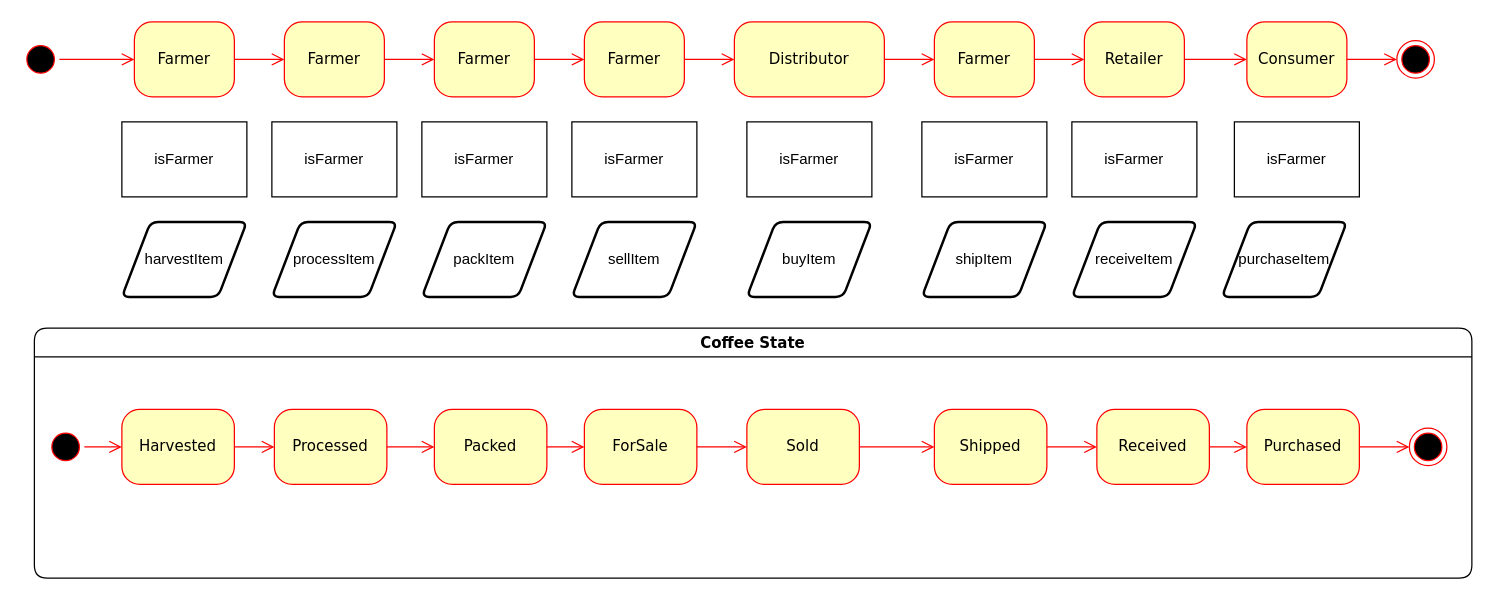
Before: Fair_Trade_Coffe_Supply_Chain/project-6/FTC_UML-state-diagram.drawio in PaWeRe/Udacity-Blockchain-Nanodegree, a draw.io diagram. Source tidied: cells renumbered, new cells numbered last; positions are measured from the earlier drawing's top-left corner, leaving out a move shared by most shapes. Both pictures are drawn from the tidied source at 125%, with x=0, y=0 at pixel (21, 21).
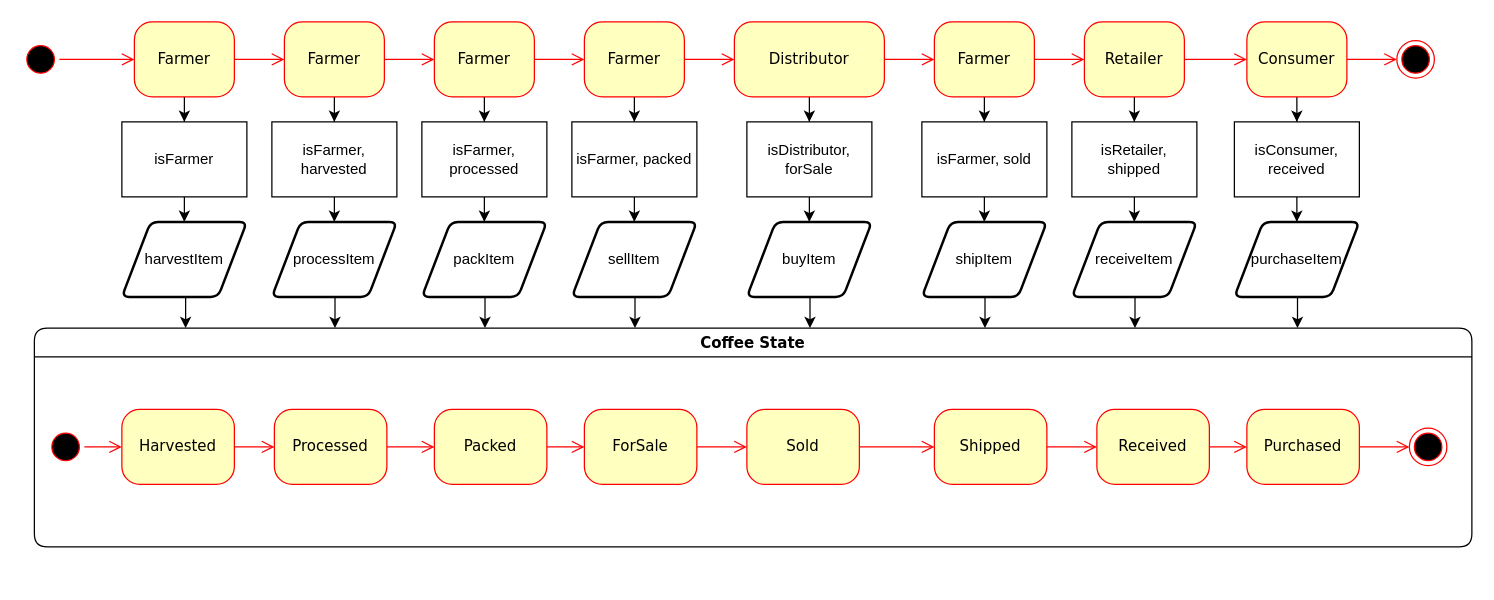
The same page after the edit.

Unchanged cells that the change refers to:
```xml
<mxCell id="3" value="Farmer" style="rounded=1;whiteSpace=wrap;html=1;arcSize=24;fillColor=#ffffc0;strokeColor=#ff0000;shadow=0;comic=0;labelBackgroundColor=none;fontFamily=Verdana;fontSize=12;fontColor=#000000;align=center;" parent="1" vertex="1">
  <mxGeometry x="90" width="80" height="60" as="geometry" />
</mxCell>
<mxCell id="25" value="Farmer" style="rounded=1;whiteSpace=wrap;html=1;arcSize=24;fillColor=#ffffc0;strokeColor=#ff0000;shadow=0;comic=0;labelBackgroundColor=none;fontFamily=Verdana;fontSize=12;fontColor=#000000;align=center;" parent="1" vertex="1">
  <mxGeometry x="210" width="80" height="60" as="geometry" />
</mxCell>
<mxCell id="26" value="Farmer" style="rounded=1;whiteSpace=wrap;html=1;arcSize=24;fillColor=#ffffc0;strokeColor=#ff0000;shadow=0;comic=0;labelBackgroundColor=none;fontFamily=Verdana;fontSize=12;fontColor=#000000;align=center;" parent="1" vertex="1">
  <mxGeometry x="450" width="80" height="60" as="geometry" />
</mxCell>
<mxCell id="27" value="Distributor" style="rounded=1;whiteSpace=wrap;html=1;arcSize=24;fillColor=#ffffc0;strokeColor=#ff0000;shadow=0;comic=0;labelBackgroundColor=none;fontFamily=Verdana;fontSize=12;fontColor=#000000;align=center;" parent="1" vertex="1">
  <mxGeometry x="570" width="120" height="60" as="geometry" />
</mxCell>
<mxCell id="28" value="Farmer" style="rounded=1;whiteSpace=wrap;html=1;arcSize=24;fillColor=#ffffc0;strokeColor=#ff0000;shadow=0;comic=0;labelBackgroundColor=none;fontFamily=Verdana;fontSize=12;fontColor=#000000;align=center;" parent="1" vertex="1">
  <mxGeometry x="330" width="80" height="60" as="geometry" />
</mxCell>
<mxCell id="29" value="Farmer" style="rounded=1;whiteSpace=wrap;html=1;arcSize=24;fillColor=#ffffc0;strokeColor=#ff0000;shadow=0;comic=0;labelBackgroundColor=none;fontFamily=Verdana;fontSize=12;fontColor=#000000;align=center;" parent="1" vertex="1">
  <mxGeometry x="730" width="80" height="60" as="geometry" />
</mxCell>
<mxCell id="30" value="Retailer" style="rounded=1;whiteSpace=wrap;html=1;arcSize=24;fillColor=#ffffc0;strokeColor=#ff0000;shadow=0;comic=0;labelBackgroundColor=none;fontFamily=Verdana;fontSize=12;fontColor=#000000;align=center;" parent="1" vertex="1">
  <mxGeometry x="850" width="80" height="60" as="geometry" />
</mxCell>
<mxCell id="31" value="Consumer" style="rounded=1;whiteSpace=wrap;html=1;arcSize=24;fillColor=#ffffc0;strokeColor=#ff0000;shadow=0;comic=0;labelBackgroundColor=none;fontFamily=Verdana;fontSize=12;fontColor=#000000;align=center;" parent="1" vertex="1">
  <mxGeometry x="980" width="80" height="60" as="geometry" />
</mxCell>
<mxCell id="41" value="isFarmer" style="rounded=0;whiteSpace=wrap;html=1;" parent="1" vertex="1">
  <mxGeometry x="80" y="80" width="100" height="60" as="geometry" />
</mxCell>
<mxCell id="42" value="processItem" style="shape=parallelogram;html=1;strokeWidth=2;perimeter=parallelogramPerimeter;whiteSpace=wrap;rounded=1;arcSize=12;size=0.23;" parent="1" vertex="1">
  <mxGeometry x="200" y="160" width="100" height="60" as="geometry" />
</mxCell>
<mxCell id="43" value="harvestItem" style="shape=parallelogram;html=1;strokeWidth=2;perimeter=parallelogramPerimeter;whiteSpace=wrap;rounded=1;arcSize=12;size=0.23;" parent="1" vertex="1">
  <mxGeometry x="80" y="160" width="100" height="60" as="geometry" />
</mxCell>
<mxCell id="44" value="packItem" style="shape=parallelogram;html=1;strokeWidth=2;perimeter=parallelogramPerimeter;whiteSpace=wrap;rounded=1;arcSize=12;size=0.23;" parent="1" vertex="1">
  <mxGeometry x="320" y="160" width="100" height="60" as="geometry" />
</mxCell>
<mxCell id="45" value="sellItem" style="shape=parallelogram;html=1;strokeWidth=2;perimeter=parallelogramPerimeter;whiteSpace=wrap;rounded=1;arcSize=12;size=0.23;" parent="1" vertex="1">
  <mxGeometry x="440" y="160" width="100" height="60" as="geometry" />
</mxCell>
<mxCell id="46" value="buyItem" style="shape=parallelogram;html=1;strokeWidth=2;perimeter=parallelogramPerimeter;whiteSpace=wrap;rounded=1;arcSize=12;size=0.23;" parent="1" vertex="1">
  <mxGeometry x="580" y="160" width="100" height="60" as="geometry" />
</mxCell>
<mxCell id="47" value="shipItem" style="shape=parallelogram;html=1;strokeWidth=2;perimeter=parallelogramPerimeter;whiteSpace=wrap;rounded=1;arcSize=12;size=0.23;" parent="1" vertex="1">
  <mxGeometry x="720" y="160" width="100" height="60" as="geometry" />
</mxCell>
<mxCell id="48" value="receiveItem" style="shape=parallelogram;html=1;strokeWidth=2;perimeter=parallelogramPerimeter;whiteSpace=wrap;rounded=1;arcSize=12;size=0.23;" parent="1" vertex="1">
  <mxGeometry x="840" y="160" width="100" height="60" as="geometry" />
</mxCell>
```

What changed in the source:
```diff
@@
+    <mxCell id="57" style="edgeStyle=orthogonalEdgeStyle;rounded=0;jettySize=auto;html=1;" parent="1" edge="1" source="3" target="41">
+      <mxGeometry relative="1" as="geometry" />
+    </mxCell>
@@
     <mxCell id="4" value="Coffee State" style="swimlane;whiteSpace=wrap;html=1;rounded=1;shadow=0;comic=0;labelBackgroundColor=none;strokeWidth=1;fontFamily=Verdana;fontSize=12;align=center;" parent="1" vertex="1">
-      <mxGeometry x="10" y="245" width="1150" height="200" as="geometry" />
+      <mxGeometry x="10" y="245" width="1150" height="175" as="geometry" />
     </mxCell>
@@
+    <mxCell id="58" style="edgeStyle=orthogonalEdgeStyle;rounded=0;jettySize=auto;html=1;" parent="1" edge="1" source="25" target="50">
+      <mxGeometry relative="1" as="geometry" />
+    </mxCell>
@@
+    <mxCell id="59" style="edgeStyle=orthogonalEdgeStyle;rounded=0;jettySize=auto;html=1;" parent="1" edge="1" source="26" target="52">
+      <mxGeometry relative="1" as="geometry" />
+    </mxCell>
@@
+    <mxCell id="60" style="edgeStyle=orthogonalEdgeStyle;rounded=0;jettySize=auto;html=1;" parent="1" edge="1" source="27" target="53">
+      <mxGeometry relative="1" as="geometry" />
+    </mxCell>
@@
+    <mxCell id="61" style="edgeStyle=orthogonalEdgeStyle;rounded=0;jettySize=auto;html=1;" parent="1" edge="1" source="28" target="51">
+      <mxGeometry relative="1" as="geometry" />
+    </mxCell>
@@
+    <mxCell id="62" style="edgeStyle=orthogonalEdgeStyle;rounded=0;jettySize=auto;html=1;" parent="1" edge="1" source="29" target="54">
+      <mxGeometry relative="1" as="geometry" />
+    </mxCell>
@@
+    <mxCell id="63" style="edgeStyle=orthogonalEdgeStyle;rounded=0;jettySize=auto;html=1;" parent="1" edge="1" source="30" target="55">
+      <mxGeometry relative="1" as="geometry" />
+    </mxCell>
@@
+    <mxCell id="64" style="edgeStyle=orthogonalEdgeStyle;rounded=0;jettySize=auto;html=1;" parent="1" edge="1" source="31" target="56">
+      <mxGeometry relative="1" as="geometry" />
+    </mxCell>
@@
+    <mxCell id="65" style="edgeStyle=orthogonalEdgeStyle;rounded=0;jettySize=auto;html=1;" parent="1" edge="1" source="41" target="43">
+      <mxGeometry relative="1" as="geometry" />
+    </mxCell>
@@
     <mxCell id="49" value="purchaseItem" style="shape=parallelogram;html=1;strokeWidth=2;perimeter=parallelogramPerimeter;whiteSpace=wrap;rounded=1;arcSize=12;size=0.23;" parent="1" vertex="1">
-      <mxGeometry x="960" y="160" width="100" height="60" as="geometry" />
+      <mxGeometry x="970" y="160" width="100" height="60" as="geometry" />
     </mxCell>
+    <mxCell id="66" style="edgeStyle=orthogonalEdgeStyle;rounded=0;jettySize=auto;html=1;" parent="1" edge="1" source="50" target="42">
+      <mxGeometry relative="1" as="geometry" />
+    </mxCell>
-    <mxCell id="50" value="isFarmer" style="rounded=0;whiteSpace=wrap;html=1;" parent="1" vertex="1">
+    <mxCell id="50" value="isFarmer, harvested" style="rounded=0;whiteSpace=wrap;html=1;" parent="1" vertex="1">
       <mxGeometry x="200" y="80" width="100" height="60" as="geometry" />
     </mxCell>
+    <mxCell id="67" style="edgeStyle=orthogonalEdgeStyle;rounded=0;jettySize=auto;html=1;" parent="1" edge="1" source="51" target="44">
+      <mxGeometry relative="1" as="geometry" />
+    </mxCell>
-    <mxCell id="51" value="isFarmer" style="rounded=0;whiteSpace=wrap;html=1;" parent="1" vertex="1">
+    <mxCell id="51" value="isFarmer, processed" style="rounded=0;whiteSpace=wrap;html=1;" parent="1" vertex="1">
       <mxGeometry x="320" y="80" width="100" height="60" as="geometry" />
     </mxCell>
+    <mxCell id="68" style="edgeStyle=orthogonalEdgeStyle;rounded=0;jettySize=auto;html=1;" parent="1" edge="1" source="52" target="45">
+      <mxGeometry relative="1" as="geometry" />
+    </mxCell>
-    <mxCell id="52" value="isFarmer" style="rounded=0;whiteSpace=wrap;html=1;" parent="1" vertex="1">
+    <mxCell id="52" value="isFarmer, packed" style="rounded=0;whiteSpace=wrap;html=1;" parent="1" vertex="1">
       <mxGeometry x="440" y="80" width="100" height="60" as="geometry" />
     </mxCell>
+    <mxCell id="69" style="edgeStyle=orthogonalEdgeStyle;rounded=0;jettySize=auto;html=1;" parent="1" edge="1" source="53" target="46">
+      <mxGeometry relative="1" as="geometry" />
+    </mxCell>
-    <mxCell id="53" value="isFarmer" style="rounded=0;whiteSpace=wrap;html=1;" parent="1" vertex="1">
+    <mxCell id="53" value="isDistributor, forSale" style="rounded=0;whiteSpace=wrap;html=1;" parent="1" vertex="1">
       <mxGeometry x="580" y="80" width="100" height="60" as="geometry" />
     </mxCell>
+    <mxCell id="70" style="edgeStyle=orthogonalEdgeStyle;rounded=0;jettySize=auto;html=1;" parent="1" edge="1" source="54" target="47">
+      <mxGeometry relative="1" as="geometry" />
+    </mxCell>
-    <mxCell id="54" value="isFarmer" style="rounded=0;whiteSpace=wrap;html=1;" parent="1" vertex="1">
+    <mxCell id="54" value="isFarmer, sold" style="rounded=0;whiteSpace=wrap;html=1;" parent="1" vertex="1">
       <mxGeometry x="720" y="80" width="100" height="60" as="geometry" />
     </mxCell>
+    <mxCell id="71" style="edgeStyle=orthogonalEdgeStyle;rounded=0;jettySize=auto;html=1;" parent="1" edge="1" source="55" target="48">
+      <mxGeometry relative="1" as="geometry" />
+    </mxCell>
-    <mxCell id="55" value="isFarmer" style="rounded=0;whiteSpace=wrap;html=1;" parent="1" vertex="1">
+    <mxCell id="55" value="isRetailer, shipped" style="rounded=0;whiteSpace=wrap;html=1;" parent="1" vertex="1">
       <mxGeometry x="840" y="80" width="100" height="60" as="geometry" />
     </mxCell>
+    <mxCell id="72" style="edgeStyle=orthogonalEdgeStyle;rounded=0;jettySize=auto;html=1;" parent="1" edge="1" source="56" target="49">
+      <mxGeometry relative="1" as="geometry" />
+    </mxCell>
-    <mxCell id="56" value="isFarmer" style="rounded=0;whiteSpace=wrap;html=1;" parent="1" vertex="1">
+    <mxCell id="56" value="isConsumer, received" style="rounded=0;whiteSpace=wrap;html=1;" parent="1" vertex="1">
       <mxGeometry x="970" y="80" width="100" height="60" as="geometry" />
     </mxCell>
+    <mxCell id="73" style="edgeStyle=orthogonalEdgeStyle;rounded=0;jettySize=auto;html=1;exitX=0.5;exitY=1;exitDx=0;exitDy=0;" parent="1" edge="1" source="43">
+      <mxGeometry relative="1" as="geometry">
+        <mxPoint x="131" y="245" as="targetPoint" />
+        <Array as="points">
+          <mxPoint x="131" y="220" />
+        </Array>
+      </mxGeometry>
+    </mxCell>
+    <mxCell id="74" style="edgeStyle=orthogonalEdgeStyle;rounded=0;orthogonalLoop=1;jettySize=auto;html=1;exitX=0.5;exitY=1;exitDx=0;exitDy=0;" parent="1" edge="1">
+      <mxGeometry relative="1" as="geometry">
+        <mxPoint x="249.5" y="220" as="sourcePoint" />
+        <mxPoint x="250.5" y="245" as="targetPoint" />
+        <Array as="points">
+          <mxPoint x="250.5" y="220" />
+        </Array>
+      </mxGeometry>
+    </mxCell>
+    <mxCell id="75" style="edgeStyle=orthogonalEdgeStyle;rounded=0;orthogonalLoop=1;jettySize=auto;html=1;exitX=0.5;exitY=1;exitDx=0;exitDy=0;" parent="1" edge="1">
+      <mxGeometry relative="1" as="geometry">
+        <mxPoint x="369.5" y="220" as="sourcePoint" />
+        <mxPoint x="370.5" y="245" as="targetPoint" />
+        <Array as="points">
+          <mxPoint x="370.5" y="220" />
+        </Array>
+      </mxGeometry>
+    </mxCell>
+    <mxCell id="76" style="edgeStyle=orthogonalEdgeStyle;rounded=0;orthogonalLoop=1;jettySize=auto;html=1;exitX=0.5;exitY=1;exitDx=0;exitDy=0;" parent="1" edge="1">
+      <mxGeometry relative="1" as="geometry">
+        <mxPoint x="489.5" y="220" as="sourcePoint" />
+        <mxPoint x="490.5" y="245" as="targetPoint" />
+        <Array as="points">
+          <mxPoint x="490.5" y="220" />
+        </Array>
+      </mxGeometry>
+    </mxCell>
+    <mxCell id="77" style="edgeStyle=orthogonalEdgeStyle;rounded=0;orthogonalLoop=1;jettySize=auto;html=1;exitX=0.5;exitY=1;exitDx=0;exitDy=0;" parent="1" edge="1">
+      <mxGeometry relative="1" as="geometry">
+        <mxPoint x="629.5" y="220" as="sourcePoint" />
+        <mxPoint x="630.5" y="245" as="targetPoint" />
+        <Array as="points">
+          <mxPoint x="630.5" y="220" />
+        </Array>
+      </mxGeometry>
+    </mxCell>
+    <mxCell id="78" style="edgeStyle=orthogonalEdgeStyle;rounded=0;orthogonalLoop=1;jettySize=auto;html=1;exitX=0.5;exitY=1;exitDx=0;exitDy=0;" parent="1" edge="1">
+      <mxGeometry relative="1" as="geometry">
+        <mxPoint x="769.5" y="220" as="sourcePoint" />
+        <mxPoint x="770.5" y="245" as="targetPoint" />
+        <Array as="points">
+          <mxPoint x="770.5" y="220" />
+        </Array>
+      </mxGeometry>
+    </mxCell>
+    <mxCell id="79" style="edgeStyle=orthogonalEdgeStyle;rounded=0;orthogonalLoop=1;jettySize=auto;html=1;exitX=0.5;exitY=1;exitDx=0;exitDy=0;" parent="1" edge="1">
+      <mxGeometry relative="1" as="geometry">
+        <mxPoint x="889.5" y="220" as="sourcePoint" />
+        <mxPoint x="890.5" y="245" as="targetPoint" />
+        <Array as="points">
+          <mxPoint x="890.5" y="220" />
+        </Array>
+      </mxGeometry>
+    </mxCell>
+    <mxCell id="80" style="edgeStyle=orthogonalEdgeStyle;rounded=0;orthogonalLoop=1;jettySize=auto;html=1;exitX=0.5;exitY=1;exitDx=0;exitDy=0;" parent="1" edge="1">
+      <mxGeometry relative="1" as="geometry">
+        <mxPoint x="1019.5" y="220" as="sourcePoint" />
+        <mxPoint x="1020.5" y="245" as="targetPoint" />
+        <Array as="points">
+          <mxPoint x="1020.5" y="220" />
+        </Array>
+      </mxGeometry>
+    </mxCell>
```
